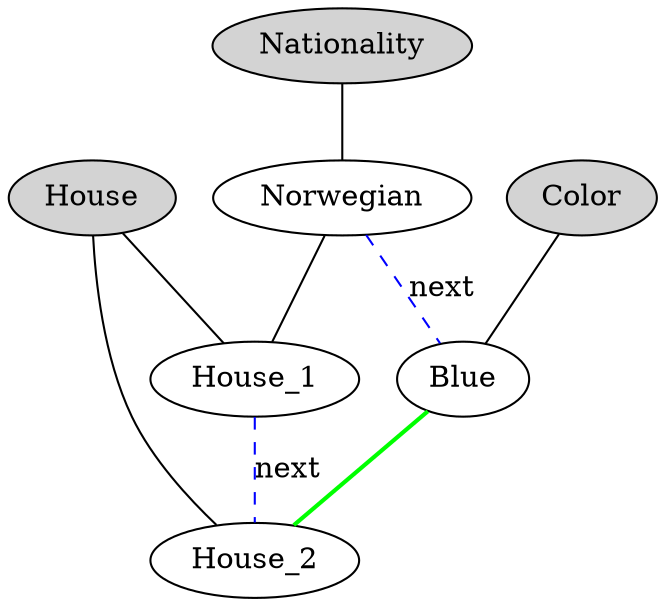
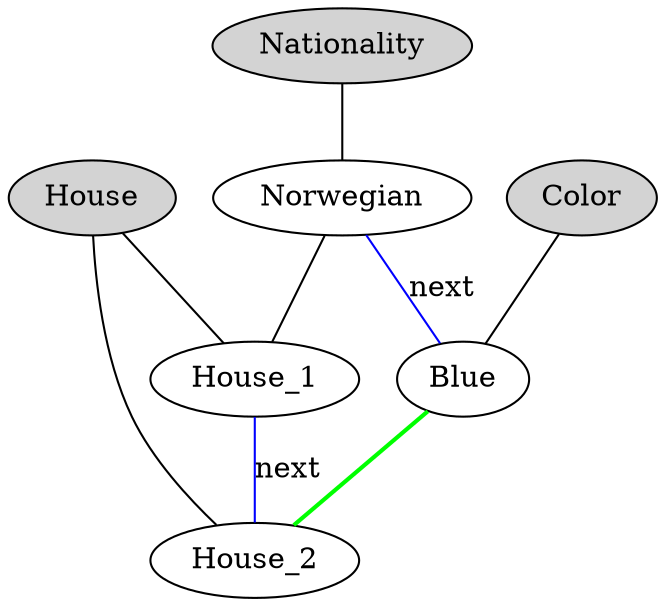
digraph G {
    edge [dir=none];

    House, Color, Nationality [style=filled];

    House -> House_1;
    House -> House_2;

-     House_1 -> House_2 [label="next" style=dashed color="blue"];
+     House_1 -> House_2 [label="next" color="blue"];

    Nationality -> Norwegian;

    Color -> Blue;

    Norwegian -> House_1;

-     Norwegian -> Blue [label="next" style=dashed color="blue"];
+     Norwegian -> Blue [label="next" color="blue"];

    Blue -> House_2 [style=bold, color="green"];

}
